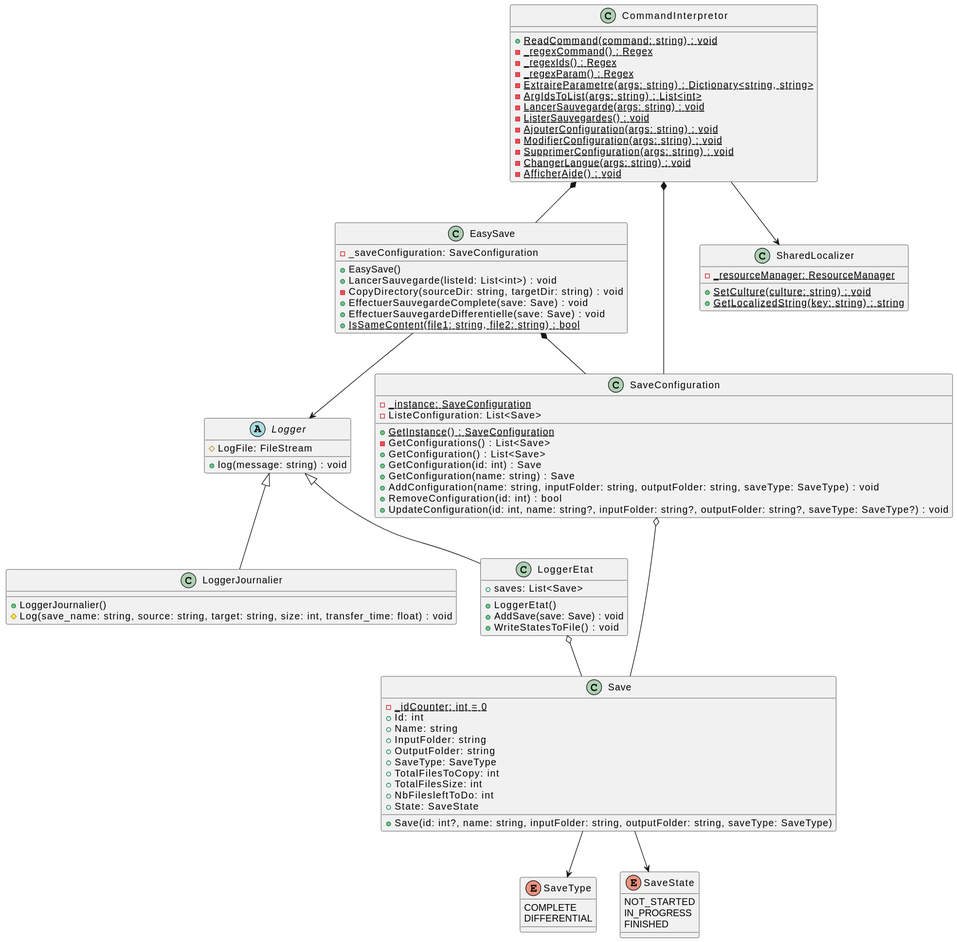
This is UML/output/ClassDiagram.svg from Melvin-Menanteau/EasySave, a PlantUML export, as it was before one commit.
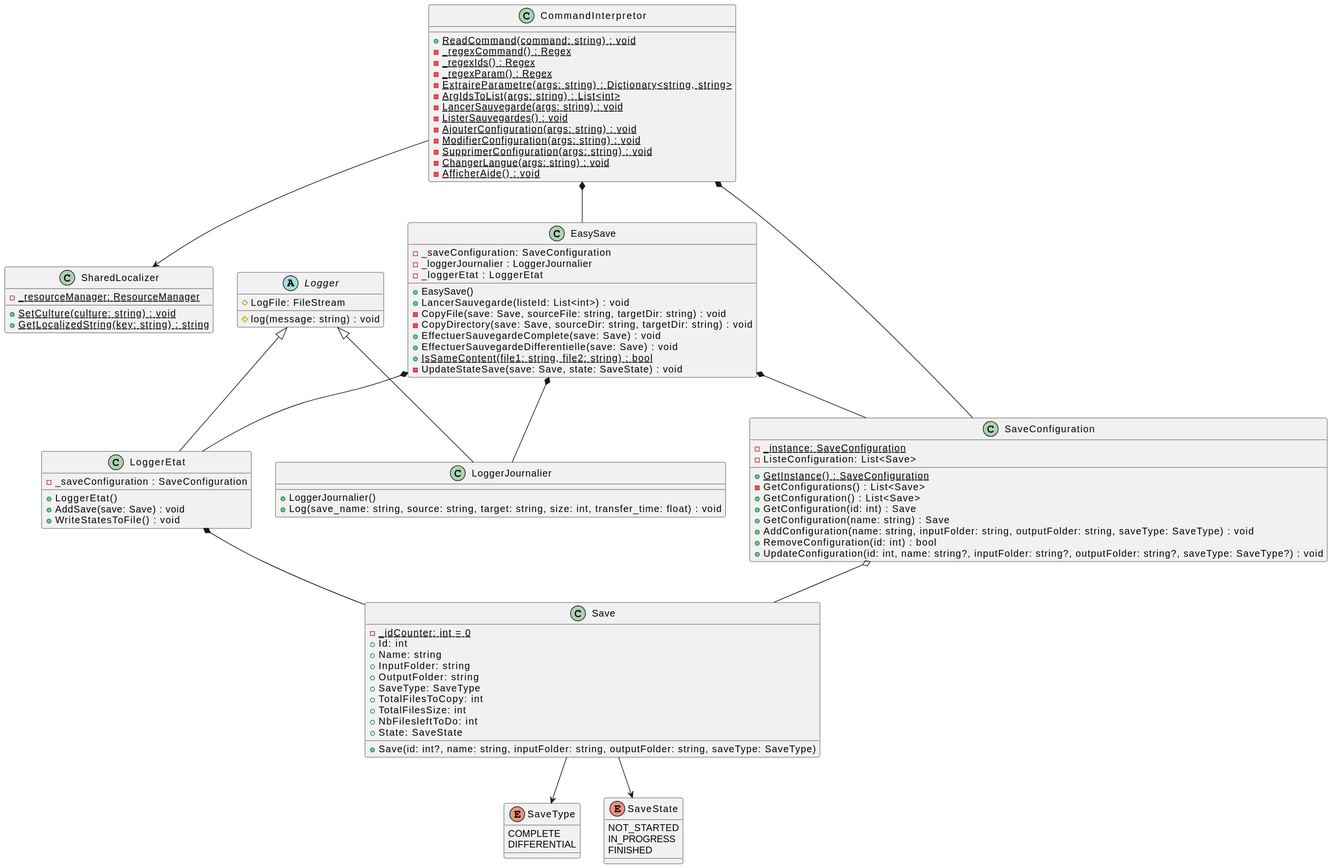
After the change.

Diff of the diagram source:
```diff
@@ -1,34 +1,39 @@
 @startuml
 abstract class Logger {
     #LogFile: FileStream
-    +log(message: string) : void
+    #log(message: string) : void
 }
 
 Logger <|-- LoggerJournalier
 class LoggerJournalier {
     +LoggerJournalier()
-    #Log(save_name: string, source: string, target: string, size: int, transfer_time: float) : void
+    +Log(save_name: string, source: string, target: string, size: int, transfer_time: float) : void
 }
 
 Logger <|-- LoggerEtat
-LoggerEtat o-- Save
+LoggerEtat *-- Save
 class LoggerEtat {
-    +saves: List<Save>
+    -_saveConfiguration : SaveConfiguration
     +LoggerEtat()
     +AddSave(save: Save) : void
     +WriteStatesToFile() : void
 }
 
 EasySave *-- SaveConfiguration
-EasySave --> Logger
+EasySave *-- LoggerJournalier
+EasySave *-- LoggerEtat
 class EasySave {
     -_saveConfiguration: SaveConfiguration
+	-_loggerJournalier : LoggerJournalier
+	-_loggerEtat : LoggerEtat
     +EasySave()
     +LancerSauvegarde(listeId: List<int>) : void
-    -CopyDirectory(sourceDir: string, targetDir: string) : void
+	-CopyFile(save: Save, sourceFile: string, targetDir: string) : void
+    -CopyDirectory(save: Save, sourceDir: string, targetDir: string) : void
     +EffectuerSauvegardeComplete(save: Save) : void
     +EffectuerSauvegardeDifferentielle(save: Save) : void
     {static}+IsSameContent(file1: string, file2: string) : bool
+	-UpdateStateSave(save: Save, state: SaveState) : void
 }
 
 SaveConfiguration o-- Save
```
